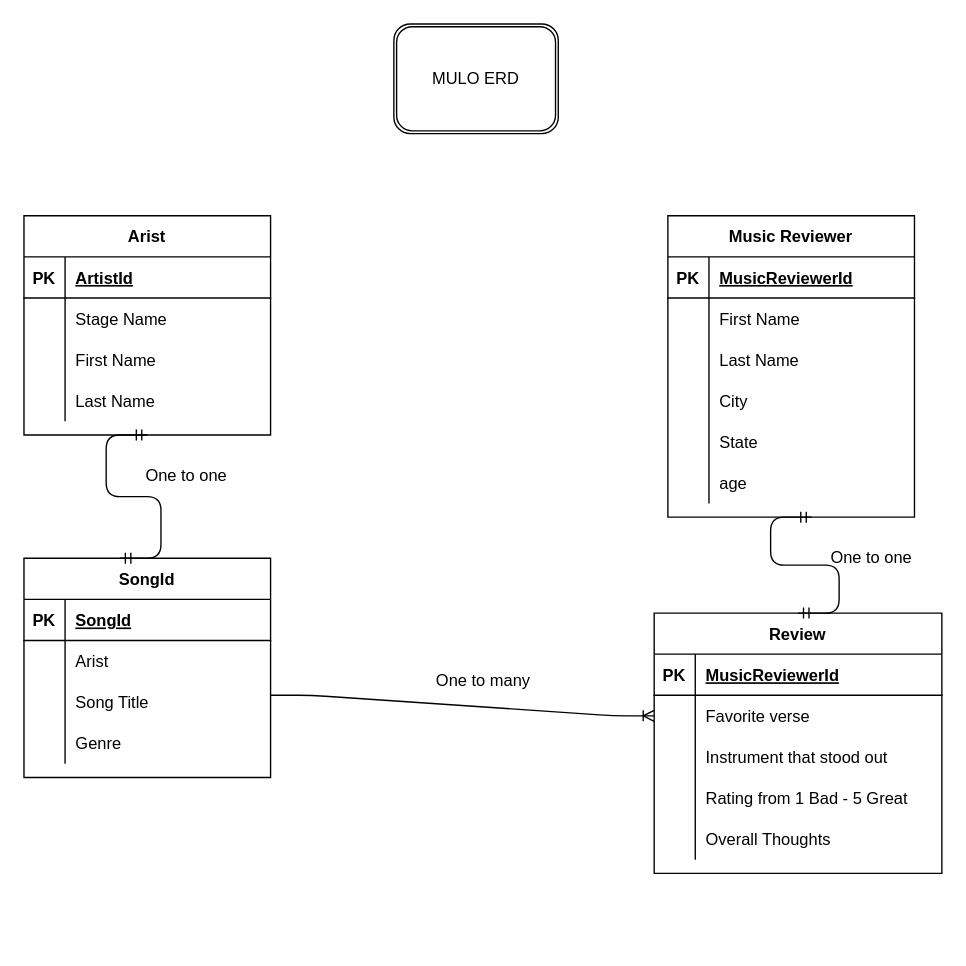
michaelj29/MULO_project keeps this draw.io diagram as backend/MULO_ERD.drawio. Above is the earlier version. Source tidied: cells renumbered, new cells numbered last; positions are measured from the earlier drawing's top-left corner, leaving out a move shared by most shapes. Both pictures are drawn from the tidied source at 137%, with x=0, y=0 at pixel (23, 23).
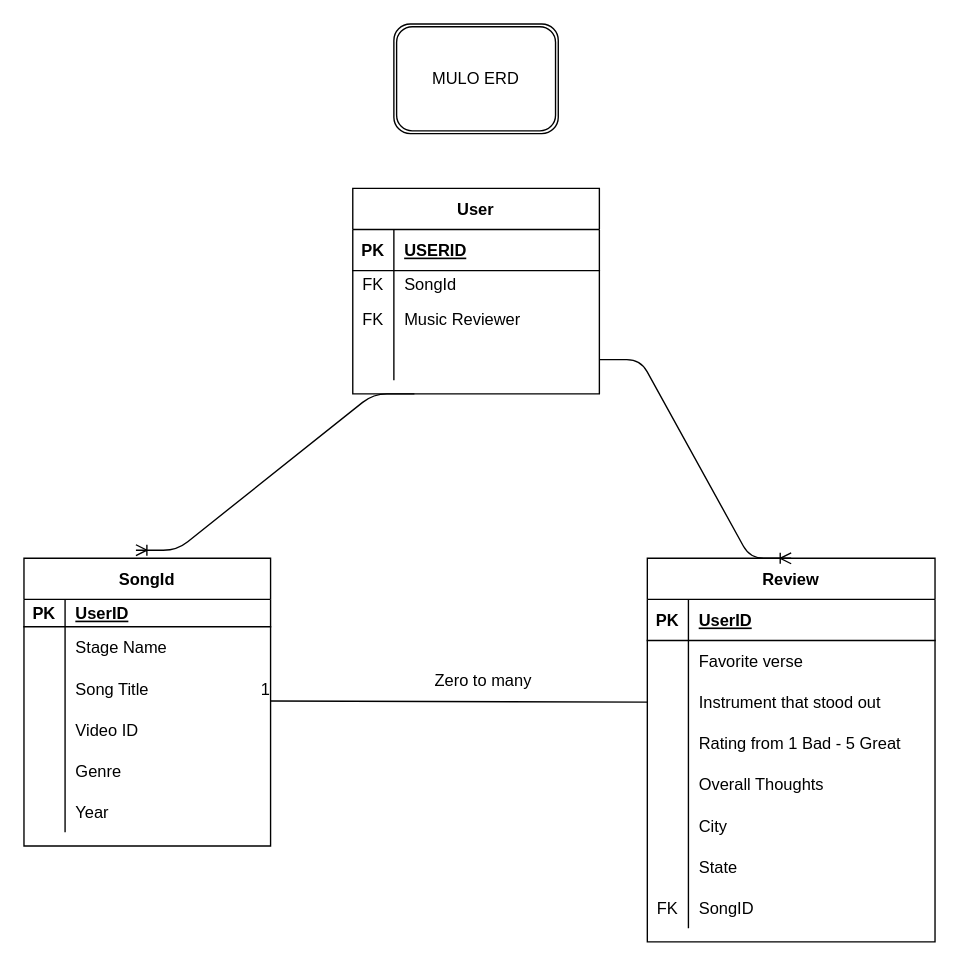
The same page after the edit.

Commit message:
add erd chart.

The change refers to these unchanged cells:
```xml
<mxCell id="3" style="shape=partialRectangle;fillColor=none;top=0;left=0;bottom=1;right=0;" parent="2" vertex="1">
  <mxGeometry y="30" width="180" height="30" as="geometry" />
</mxCell>
<mxCell id="49" style="shape=partialRectangle;fillColor=none;top=0;left=0;bottom=1;right=0;" parent="48" vertex="1">
  <mxGeometry y="30" width="210" height="30" as="geometry" />
</mxCell>
<mxCell id="52" style="shape=partialRectangle;fillColor=none;top=0;left=0;bottom=0;right=0;points=[[0,0.5],[1,0.5]];portConstraint=eastwest;" parent="48" vertex="1">
  <mxGeometry y="60" width="210" height="30" as="geometry" />
</mxCell>
<mxCell id="55" style="shape=partialRectangle;fillColor=none;top=0;left=0;bottom=0;right=0;points=[[0,0.5],[1,0.5]];portConstraint=eastwest;" parent="48" vertex="1">
  <mxGeometry y="90" width="210" height="30" as="geometry" />
</mxCell>
```

Diff of the diagram source:
```diff
@@
-    <mxCell id="2" value="Arist" style="shape=table;startSize=30;childLayout=tableLayout;rowLines=0;fontStyle=1;align=center;" parent="1" vertex="1">
-      <mxGeometry y="140" width="180" height="160" as="geometry" />
+    <mxCell id="2" value="User" style="shape=table;startSize=30;childLayout=tableLayout;rowLines=0;fontStyle=1;align=center;" parent="1" vertex="1">
+      <mxGeometry x="240" y="120" width="180" height="150" as="geometry" />
     </mxCell>
@@
-    <mxCell id="5" value="ArtistId" style="shape=partialRectangle;fillColor=none;top=0;left=0;bottom=0;right=0;align=left;spacingLeft=6;fontStyle=5;overflow=hidden;" parent="3" vertex="1">
+    <mxCell id="5" value="USERID" style="shape=partialRectangle;fillColor=none;top=0;left=0;bottom=0;right=0;align=left;spacingLeft=6;fontStyle=5;overflow=hidden;" parent="3" vertex="1">
       <mxGeometry x="30" width="150" height="30" as="geometry" />
     </mxCell>
     <mxCell id="6" style="shape=partialRectangle;fillColor=none;top=0;left=0;bottom=0;right=0;" parent="2" vertex="1">
-      <mxGeometry y="60" width="180" height="30" as="geometry" />
+      <mxGeometry y="60" width="180" height="20" as="geometry" />
     </mxCell>
-    <mxCell id="7" style="shape=partialRectangle;fillColor=none;top=0;left=0;bottom=0;right=0;overflow=hidden;" parent="6" vertex="1">
-      <mxGeometry width="30" height="30" as="geometry" />
+    <mxCell id="7" value="FK" style="shape=partialRectangle;fillColor=none;top=0;left=0;bottom=0;right=0;overflow=hidden;" parent="6" vertex="1">
+      <mxGeometry width="30" height="20" as="geometry" />
     </mxCell>
-    <mxCell id="8" value="Stage Name" style="shape=partialRectangle;fillColor=none;top=0;left=0;bottom=0;right=0;align=left;spacingLeft=6;overflow=hidden;" parent="6" vertex="1">
-      <mxGeometry x="30" width="150" height="30" as="geometry" />
+    <mxCell id="8" value="SongId" style="shape=partialRectangle;fillColor=none;top=0;left=0;bottom=0;right=0;align=left;spacingLeft=6;overflow=hidden;" parent="6" vertex="1">
+      <mxGeometry x="30" width="150" height="20" as="geometry" />
     </mxCell>
     <mxCell id="9" style="shape=partialRectangle;fillColor=none;top=0;left=0;bottom=0;right=0;" parent="2" vertex="1">
-      <mxGeometry y="90" width="180" height="30" as="geometry" />
+      <mxGeometry y="80" width="180" height="30" as="geometry" />
     </mxCell>
-    <mxCell id="10" style="shape=partialRectangle;fillColor=none;top=0;left=0;bottom=0;right=0;overflow=hidden;" parent="9" vertex="1">
+    <mxCell id="10" value="FK" style="shape=partialRectangle;fillColor=none;top=0;left=0;bottom=0;right=0;overflow=hidden;" parent="9" vertex="1">
       <mxGeometry width="30" height="30" as="geometry" />
     </mxCell>
-    <mxCell id="11" value="First Name" style="shape=partialRectangle;fillColor=none;top=0;left=0;bottom=0;right=0;align=left;spacingLeft=6;overflow=hidden;" parent="9" vertex="1">
+    <mxCell id="11" value="Music Reviewer" style="shape=partialRectangle;fillColor=none;top=0;left=0;bottom=0;right=0;align=left;spacingLeft=6;overflow=hidden;" parent="9" vertex="1">
       <mxGeometry x="30" width="150" height="30" as="geometry" />
     </mxCell>
     <mxCell id="12" style="shape=partialRectangle;fillColor=none;top=0;left=0;bottom=0;right=0;points=[[0,0.5],[1,0.5]];portConstraint=eastwest;" parent="2" vertex="1">
-      <mxGeometry y="120" width="180" height="30" as="geometry" />
+      <mxGeometry y="110" width="180" height="30" as="geometry" />
     </mxCell>
@@
-    <mxCell id="14" value="Last Name" style="shape=partialRectangle;fillColor=none;top=0;left=0;bottom=0;right=0;align=left;spacingLeft=6;overflow=hidden;" parent="12" vertex="1">
+    <mxCell id="14" style="shape=partialRectangle;fillColor=none;top=0;left=0;bottom=0;right=0;align=left;spacingLeft=6;overflow=hidden;" parent="12" vertex="1">
       <mxGeometry x="30" width="150" height="30" as="geometry" />
     </mxCell>
-    <mxCell id="15" value="Music Reviewer" style="shape=table;startSize=30;childLayout=tableLayout;rowLines=0;fontStyle=1;align=center;" parent="1" vertex="1">
-      <mxGeometry x="470" y="140" width="180" height="220" as="geometry" />
-    </mxCell>
-    <mxCell id="16" style="shape=partialRectangle;fillColor=none;top=0;left=0;bottom=1;right=0;" parent="15" vertex="1">
-      <mxGeometry y="30" width="180" height="30" as="geometry" />
-    </mxCell>
-    <mxCell id="17" value="PK" style="shape=partialRectangle;fillColor=none;top=0;left=0;bottom=0;right=0;fontStyle=1;overflow=hidden;" parent="16" vertex="1">
-      <mxGeometry width="30" height="30" as="geometry" />
-    </mxCell>
-    <mxCell id="18" value="MusicReviewerId" style="shape=partialRectangle;fillColor=none;top=0;left=0;bottom=0;right=0;align=left;spacingLeft=6;fontStyle=5;overflow=hidden;" parent="16" vertex="1">
-      <mxGeometry x="30" width="150" height="30" as="geometry" />
-    </mxCell>
-    <mxCell id="19" style="shape=partialRectangle;fillColor=none;top=0;left=0;bottom=0;right=0;" parent="15" vertex="1">
-      <mxGeometry y="60" width="180" height="30" as="geometry" />
-    </mxCell>
-    <mxCell id="20" style="shape=partialRectangle;fillColor=none;top=0;left=0;bottom=0;right=0;overflow=hidden;" parent="19" vertex="1">
-      <mxGeometry width="30" height="30" as="geometry" />
-    </mxCell>
-    <mxCell id="21" value="First Name" style="shape=partialRectangle;fillColor=none;top=0;left=0;bottom=0;right=0;align=left;spacingLeft=6;overflow=hidden;" parent="19" vertex="1">
-      <mxGeometry x="30" width="150" height="30" as="geometry" />
-    </mxCell>
-    <mxCell id="22" style="shape=partialRectangle;fillColor=none;top=0;left=0;bottom=0;right=0;" parent="15" vertex="1">
-      <mxGeometry y="90" width="180" height="30" as="geometry" />
-    </mxCell>
-    <mxCell id="23" style="shape=partialRectangle;fillColor=none;top=0;left=0;bottom=0;right=0;overflow=hidden;" parent="22" vertex="1">
-      <mxGeometry width="30" height="30" as="geometry" />
-    </mxCell>
-    <mxCell id="24" value="Last Name" style="shape=partialRectangle;fillColor=none;top=0;left=0;bottom=0;right=0;align=left;spacingLeft=6;overflow=hidden;" parent="22" vertex="1">
-      <mxGeometry x="30" width="150" height="30" as="geometry" />
-    </mxCell>
-    <mxCell id="25" style="shape=partialRectangle;fillColor=none;top=0;left=0;bottom=0;right=0;" parent="15" vertex="1">
-      <mxGeometry y="120" width="180" height="30" as="geometry" />
-    </mxCell>
-    <mxCell id="26" style="shape=partialRectangle;fillColor=none;top=0;left=0;bottom=0;right=0;overflow=hidden;" parent="25" vertex="1">
-      <mxGeometry width="30" height="30" as="geometry" />
-    </mxCell>
-    <mxCell id="27" value="City" style="shape=partialRectangle;fillColor=none;top=0;left=0;bottom=0;right=0;align=left;spacingLeft=6;overflow=hidden;" parent="25" vertex="1">
-      <mxGeometry x="30" width="150" height="30" as="geometry" />
-    </mxCell>
-    <mxCell id="28" style="shape=partialRectangle;fillColor=none;top=0;left=0;bottom=0;right=0;" parent="15" vertex="1">
-      <mxGeometry y="150" width="180" height="30" as="geometry" />
-    </mxCell>
-    <mxCell id="29" style="shape=partialRectangle;fillColor=none;top=0;left=0;bottom=0;right=0;overflow=hidden;" parent="28" vertex="1">
-      <mxGeometry width="30" height="30" as="geometry" />
-    </mxCell>
-    <mxCell id="30" value="State" style="shape=partialRectangle;fillColor=none;top=0;left=0;bottom=0;right=0;align=left;spacingLeft=6;overflow=hidden;" parent="28" vertex="1">
-      <mxGeometry x="30" width="150" height="30" as="geometry" />
-    </mxCell>
-    <mxCell id="31" style="shape=partialRectangle;fillColor=none;top=0;left=0;bottom=0;right=0;" parent="15" vertex="1">
-      <mxGeometry y="180" width="180" height="30" as="geometry" />
-    </mxCell>
-    <mxCell id="32" style="shape=partialRectangle;fillColor=none;top=0;left=0;bottom=0;right=0;overflow=hidden;" parent="31" vertex="1">
-      <mxGeometry width="30" height="30" as="geometry" />
-    </mxCell>
-    <mxCell id="33" value="age" style="shape=partialRectangle;fillColor=none;top=0;left=0;bottom=0;right=0;align=left;spacingLeft=6;overflow=hidden;" parent="31" vertex="1">
-      <mxGeometry x="30" width="150" height="30" as="geometry" />
-    </mxCell>
     <mxCell id="34" value="SongId" style="shape=table;startSize=30;childLayout=tableLayout;rowLines=0;fontStyle=1;align=center;" parent="1" vertex="1">
-      <mxGeometry y="390" width="180" height="160" as="geometry" />
+      <mxGeometry y="390" width="180" height="210" as="geometry" />
     </mxCell>
     <mxCell id="35" style="shape=partialRectangle;fillColor=none;top=0;left=0;bottom=1;right=0;" parent="34" vertex="1">
-      <mxGeometry y="30" width="180" height="30" as="geometry" />
+      <mxGeometry y="30" width="180" height="20" as="geometry" />
     </mxCell>
     <mxCell id="36" value="PK" style="shape=partialRectangle;fillColor=none;top=0;left=0;bottom=0;right=0;fontStyle=1;overflow=hidden;" parent="35" vertex="1">
-      <mxGeometry width="30" height="30" as="geometry" />
+      <mxGeometry width="30" height="20" as="geometry" />
     </mxCell>
-    <mxCell id="37" value="SongId" style="shape=partialRectangle;fillColor=none;top=0;left=0;bottom=0;right=0;align=left;spacingLeft=6;fontStyle=5;overflow=hidden;" parent="35" vertex="1">
-      <mxGeometry x="30" width="150" height="30" as="geometry" />
+    <mxCell id="37" value="UserID" style="shape=partialRectangle;fillColor=none;top=0;left=0;bottom=0;right=0;align=left;spacingLeft=6;fontStyle=5;overflow=hidden;" parent="35" vertex="1">
+      <mxGeometry x="30" width="150" height="20" as="geometry" />
     </mxCell>
     <mxCell id="38" style="shape=partialRectangle;fillColor=none;top=0;left=0;bottom=0;right=0;" parent="34" vertex="1">
-      <mxGeometry y="60" width="180" height="30" as="geometry" />
+      <mxGeometry y="50" width="180" height="30" as="geometry" />
     </mxCell>
@@
-    <mxCell id="40" value="Arist" style="shape=partialRectangle;fillColor=none;top=0;left=0;bottom=0;right=0;align=left;spacingLeft=6;overflow=hidden;" parent="38" vertex="1">
+    <mxCell id="40" value="Stage Name" style="shape=partialRectangle;fillColor=none;top=0;left=0;bottom=0;right=0;align=left;spacingLeft=6;overflow=hidden;" parent="38" vertex="1">
       <mxGeometry x="30" width="150" height="30" as="geometry" />
     </mxCell>
     <mxCell id="41" style="shape=partialRectangle;fillColor=none;top=0;left=0;bottom=0;right=0;points=[[0,0.5],[1,0.5]];portConstraint=eastwest;" parent="34" vertex="1">
-      <mxGeometry y="90" width="180" height="30" as="geometry" />
+      <mxGeometry y="80" width="180" height="30" as="geometry" />
     </mxCell>
@@
     <mxCell id="44" style="shape=partialRectangle;fillColor=none;top=0;left=0;bottom=0;right=0;" parent="34" vertex="1">
-      <mxGeometry y="120" width="180" height="30" as="geometry" />
+      <mxGeometry y="110" width="180" height="30" as="geometry" />
     </mxCell>
@@
-    <mxCell id="46" value="Genre" style="shape=partialRectangle;fillColor=none;top=0;left=0;bottom=0;right=0;align=left;spacingLeft=6;overflow=hidden;" parent="44" vertex="1">
+    <mxCell id="46" value="Video ID" style="shape=partialRectangle;fillColor=none;top=0;left=0;bottom=0;right=0;align=left;spacingLeft=6;overflow=hidden;" parent="44" vertex="1">
       <mxGeometry x="30" width="150" height="30" as="geometry" />
     </mxCell>
-    <mxCell id="47" style="edgeStyle=entityRelationEdgeStyle;fontSize=12;html=1;endArrow=ERmandOne;startArrow=ERmandOne;entryX=0.5;entryY=1;entryDx=0;entryDy=0;" parent="1" edge="1" target="2">
-      <mxGeometry relative="1" as="geometry">
-        <mxPoint x="70" y="390" as="sourcePoint" />
-      </mxGeometry>
-    </mxCell>
+    <mxCell id="70" style="shape=partialRectangle;fillColor=none;top=0;left=0;bottom=0;right=0;" parent="34" vertex="1">
+      <mxGeometry y="140" width="180" height="30" as="geometry" />
+    </mxCell>
+    <mxCell id="71" style="shape=partialRectangle;fillColor=none;top=0;left=0;bottom=0;right=0;overflow=hidden;" parent="70" vertex="1">
+      <mxGeometry width="30" height="30" as="geometry" />
+    </mxCell>
+    <mxCell id="72" value="Genre" style="shape=partialRectangle;fillColor=none;top=0;left=0;bottom=0;right=0;align=left;spacingLeft=6;overflow=hidden;" parent="70" vertex="1">
+      <mxGeometry x="30" width="150" height="30" as="geometry" />
+    </mxCell>
+    <mxCell id="73" style="shape=partialRectangle;fillColor=none;top=0;left=0;bottom=0;right=0;" parent="34" vertex="1">
+      <mxGeometry y="170" width="180" height="30" as="geometry" />
+    </mxCell>
+    <mxCell id="74" style="shape=partialRectangle;fillColor=none;top=0;left=0;bottom=0;right=0;overflow=hidden;" parent="73" vertex="1">
+      <mxGeometry width="30" height="30" as="geometry" />
+    </mxCell>
+    <mxCell id="75" value="Year" style="shape=partialRectangle;fillColor=none;top=0;left=0;bottom=0;right=0;align=left;spacingLeft=6;overflow=hidden;" parent="73" vertex="1">
+      <mxGeometry x="30" width="150" height="30" as="geometry" />
+    </mxCell>
     <mxCell id="48" value="Review" style="shape=table;startSize=30;childLayout=tableLayout;rowLines=0;fontStyle=1;align=center;" parent="1" vertex="1">
-      <mxGeometry x="460" y="430" width="210" height="190" as="geometry" />
+      <mxGeometry x="455" y="390" width="210" height="280" as="geometry" />
     </mxCell>
@@
-    <mxCell id="51" value="MusicReviewerId" style="shape=partialRectangle;fillColor=none;top=0;left=0;bottom=0;right=0;align=left;spacingLeft=6;fontStyle=5;overflow=hidden;" parent="49" vertex="1">
+    <mxCell id="51" value="UserID" style="shape=partialRectangle;fillColor=none;top=0;left=0;bottom=0;right=0;align=left;spacingLeft=6;fontStyle=5;overflow=hidden;" parent="49" vertex="1">
       <mxGeometry x="30" width="180" height="30" as="geometry" />
     </mxCell>
@@
-    <mxCell id="64" style="edgeStyle=entityRelationEdgeStyle;fontSize=12;html=1;endArrow=ERmandOne;startArrow=ERmandOne;entryX=0.5;entryY=1;entryDx=0;entryDy=0;exitX=0.5;exitY=0;exitDx=0;exitDy=0;" parent="1" edge="1" source="48">
-      <mxGeometry relative="1" as="geometry">
-        <mxPoint x="575" y="360" as="targetPoint" />
-      </mxGeometry>
-    </mxCell>
-    <mxCell id="65" style="edgeStyle=entityRelationEdgeStyle;fontSize=12;html=1;endArrow=ERoneToMany;entryX=0;entryY=0.5;entryDx=0;entryDy=0;" parent="1" edge="1" target="52">
-      <mxGeometry relative="1" as="geometry">
-        <mxPoint x="180" y="490" as="sourcePoint" />
-      </mxGeometry>
-    </mxCell>
-    <mxCell id="66" value="One to one&amp;nbsp;" style="text;html=1;align=center;verticalAlign=middle;strokeColor=none;fillColor=none;" parent="1" vertex="1">
-      <mxGeometry x="80" y="320" width="80" height="20" as="geometry" />
-    </mxCell>
-    <mxCell id="67" value="One to one&amp;nbsp;" style="text;html=1;align=center;verticalAlign=middle;strokeColor=none;fillColor=none;" parent="1" vertex="1">
-      <mxGeometry x="580" y="380" width="80" height="20" as="geometry" />
-    </mxCell>
+    <mxCell id="76" style="shape=partialRectangle;fillColor=none;top=0;left=0;bottom=0;right=0;" parent="48" vertex="1">
+      <mxGeometry y="180" width="210" height="30" as="geometry" />
+    </mxCell>
+    <mxCell id="77" style="shape=partialRectangle;fillColor=none;top=0;left=0;bottom=0;right=0;overflow=hidden;" parent="76" vertex="1">
+      <mxGeometry width="30" height="30" as="geometry" />
+    </mxCell>
+    <mxCell id="27" value="City" style="shape=partialRectangle;fillColor=none;top=0;left=0;bottom=0;right=0;align=left;spacingLeft=6;overflow=hidden;" parent="76" vertex="1">
+      <mxGeometry x="30" width="180" height="30" as="geometry" />
+    </mxCell>
+    <mxCell id="78" style="shape=partialRectangle;fillColor=none;top=0;left=0;bottom=0;right=0;" parent="48" vertex="1">
+      <mxGeometry y="210" width="210" height="30" as="geometry" />
+    </mxCell>
+    <mxCell id="79" style="shape=partialRectangle;fillColor=none;top=0;left=0;bottom=0;right=0;overflow=hidden;" parent="78" vertex="1">
+      <mxGeometry width="30" height="30" as="geometry" />
+    </mxCell>
+    <mxCell id="30" value="State" style="shape=partialRectangle;fillColor=none;top=0;left=0;bottom=0;right=0;align=left;spacingLeft=6;overflow=hidden;" parent="78" vertex="1">
+      <mxGeometry x="30" width="180" height="30" as="geometry" />
+    </mxCell>
+    <mxCell id="80" style="shape=partialRectangle;fillColor=none;top=0;left=0;bottom=0;right=0;" parent="48" vertex="1">
+      <mxGeometry y="240" width="210" height="30" as="geometry" />
+    </mxCell>
+    <mxCell id="81" value="FK" style="shape=partialRectangle;fillColor=none;top=0;left=0;bottom=0;right=0;overflow=hidden;" parent="80" vertex="1">
+      <mxGeometry width="30" height="30" as="geometry" />
+    </mxCell>
+    <mxCell id="82" value="SongID" style="shape=partialRectangle;fillColor=none;top=0;left=0;bottom=0;right=0;align=left;spacingLeft=6;overflow=hidden;" parent="80" vertex="1">
+      <mxGeometry x="30" width="180" height="30" as="geometry" />
+    </mxCell>
-    <mxCell id="68" value="One to many" style="text;html=1;align=center;verticalAlign=middle;strokeColor=none;fillColor=none;" parent="1" vertex="1">
-      <mxGeometry x="295" y="470" width="80" height="20" as="geometry" />
+    <mxCell id="68" value="Zero to many" style="text;html=1;align=center;verticalAlign=middle;strokeColor=none;fillColor=none;" parent="1" vertex="1">
+      <mxGeometry x="290" y="470" width="90" height="20" as="geometry" />
     </mxCell>
@@
+    <mxCell id="83" style="edgeStyle=entityRelationEdgeStyle;fontSize=12;html=1;endArrow=ERoneToMany;exitX=0.25;exitY=1;exitDx=0;exitDy=0;entryX=0.454;entryY=-0.028;entryDx=0;entryDy=0;entryPerimeter=0;" parent="1" edge="1" source="2" target="34">
+      <mxGeometry relative="1" as="geometry" />
+    </mxCell>
+    <mxCell id="84" style="edgeStyle=entityRelationEdgeStyle;fontSize=12;html=1;endArrow=ERoneToMany;exitX=1;exitY=0.5;exitDx=0;exitDy=0;entryX=0.5;entryY=0;entryDx=0;entryDy=0;" parent="1" edge="1" source="12" target="48">
+      <mxGeometry relative="1" as="geometry" />
+    </mxCell>
+    <mxCell id="85" style="endArrow=none;html=1;rounded=0;exitX=0;exitY=0.5;exitDx=0;exitDy=0;entryX=0.999;entryY=0.807;entryDx=0;entryDy=0;entryPerimeter=0;" parent="1" edge="1" source="55" target="41">
+      <mxGeometry relative="1" as="geometry" />
+    </mxCell>
+    <mxCell id="86" value="1" style="html=1;align=right;verticalAlign=bottom;" parent="85" vertex="1">
+      <mxGeometry x="1" relative="1" as="geometry" />
+    </mxCell>
```
